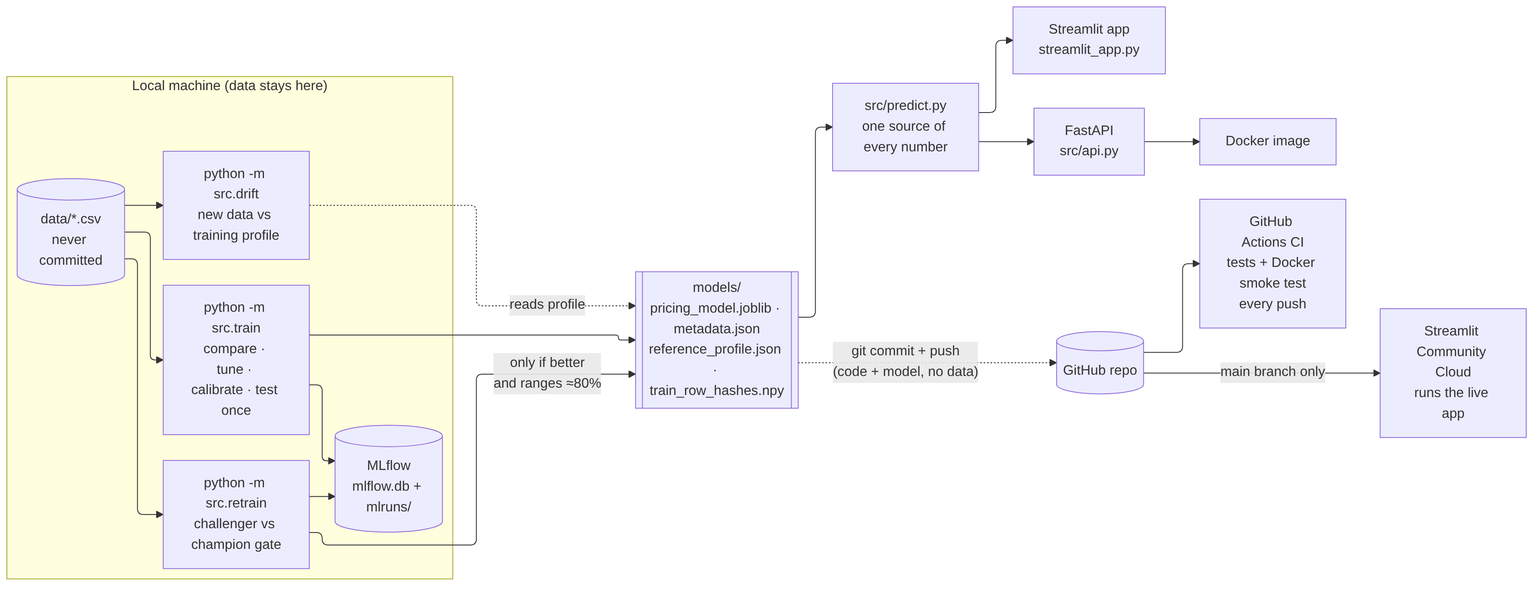
Earlier version of the Mermaid export docs/architecture.png (Kaushik075/used-car-pricing-engine). Its source is kept beside it as docs/architecture.mmd.
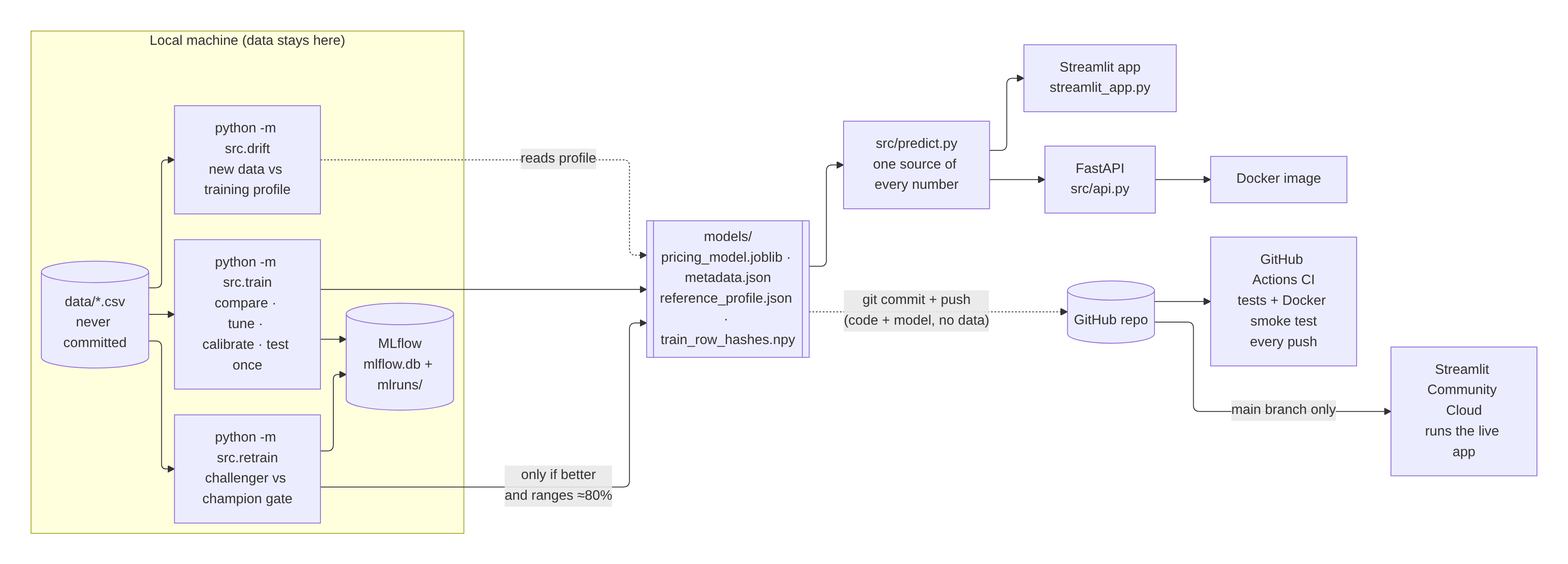
The same file after the commit.

Commit message:
Diagram: balanced layout with even margins

Diff of the diagram source:
```diff
@@ -1,6 +1,8 @@
 ---
 config:
   layout: elk
+  elk:
+    nodePlacementStrategy: NETWORK_SIMPLEX
   flowchart:
     wrappingWidth: 110
 ---
```
